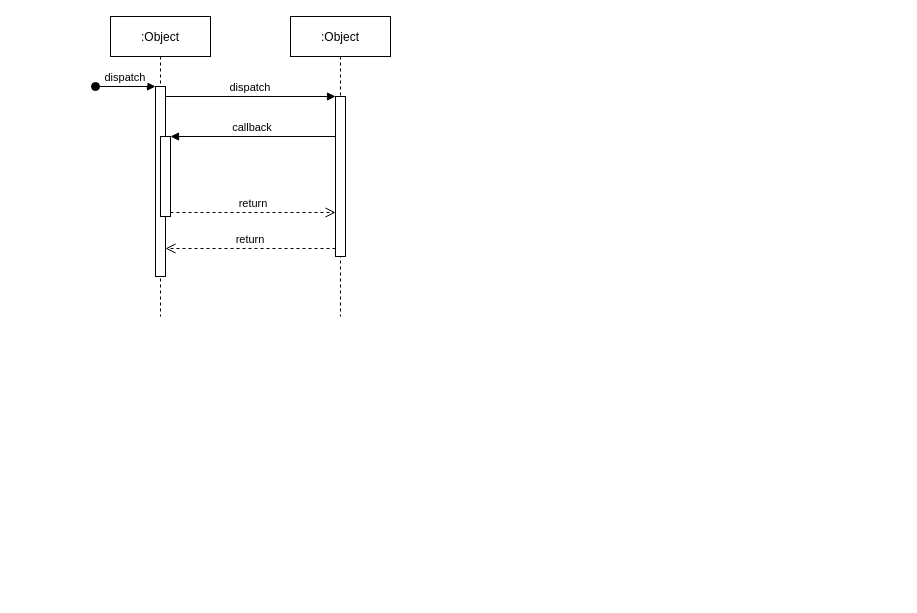
This is Untitled Diagram.drawio from xupenghu/bitmap, a draw.io file, before an edit. Source tidied: cells renumbered, new cells numbered last; positions are measured from the earlier drawing's top-left corner, leaving out a move shared by most shapes. Both pictures are drawn from the tidied source at 100%, with x=0, y=0 at pixel (95, 16).
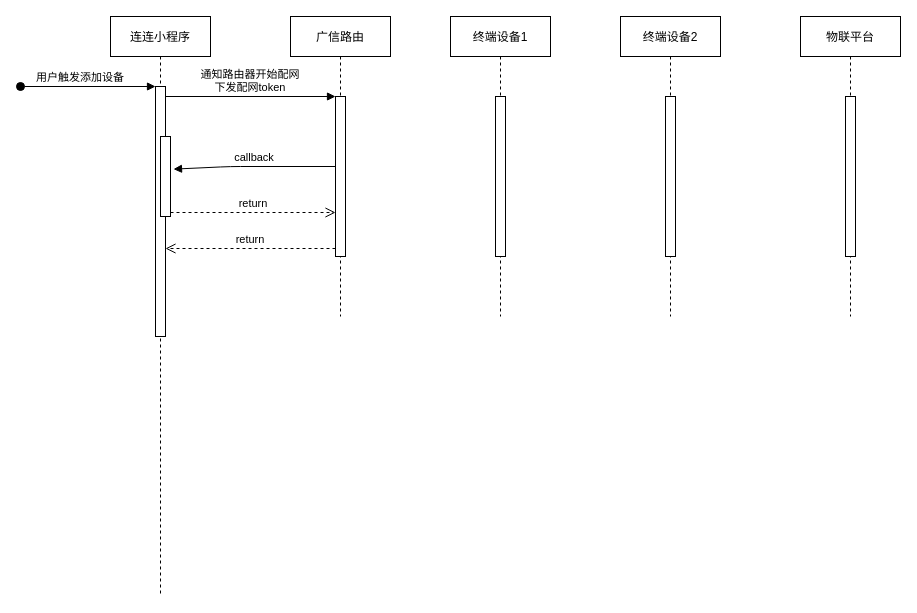
After the change.

Commit message:
无感配网流程

The edit, as a diff of the source:
```diff
@@
 <mxGraphModel>
   <root>
     <mxCell id="0" />
     <mxCell id="1" parent="0" />
-    <mxCell id="2" value=":Object" style="shape=umlLifeline;perimeter=lifelinePerimeter;rounded=0;shadow=0;strokeWidth=1;" parent="1" vertex="1">
-      <mxGeometry x="15" width="100" height="300" as="geometry" />
+    <mxCell id="2" value="连连小程序" style="shape=umlLifeline;perimeter=lifelinePerimeter;rounded=0;shadow=0;strokeWidth=1;" parent="1" vertex="1">
+      <mxGeometry x="15" width="100" height="580" as="geometry" />
     </mxCell>
     <mxCell id="3" style="points=[];perimeter=orthogonalPerimeter;rounded=0;shadow=0;strokeWidth=1;" parent="2" vertex="1">
-      <mxGeometry x="45" y="70" width="10" height="190" as="geometry" />
+      <mxGeometry x="45" y="70" width="10" height="250" as="geometry" />
     </mxCell>
-    <mxCell id="4" value="dispatch" style="verticalAlign=bottom;startArrow=oval;endArrow=block;startSize=8;shadow=0;strokeWidth=1;" parent="2" edge="1" target="3">
-      <mxGeometry relative="1" as="geometry">
-        <mxPoint x="-15" y="70" as="sourcePoint" />
+    <mxCell id="4" value="用户触发添加设备" style="verticalAlign=bottom;startArrow=oval;endArrow=block;startSize=8;shadow=0;strokeWidth=1;" parent="2" edge="1" target="3">
+      <mxGeometry x="-0.11" relative="1" as="geometry">
+        <mxPoint x="-90" y="70" as="sourcePoint" />
       </mxGeometry>
     </mxCell>
     <mxCell id="5" style="points=[];perimeter=orthogonalPerimeter;rounded=0;shadow=0;strokeWidth=1;" parent="2" vertex="1">
       <mxGeometry x="50" y="120" width="10" height="80" as="geometry" />
     </mxCell>
-    <mxCell id="6" value=":Object" style="shape=umlLifeline;perimeter=lifelinePerimeter;rounded=0;shadow=0;strokeWidth=1;" parent="1" vertex="1">
+    <mxCell id="6" value="广信路由" style="shape=umlLifeline;perimeter=lifelinePerimeter;rounded=0;shadow=0;strokeWidth=1;" parent="1" vertex="1">
       <mxGeometry x="195" width="100" height="300" as="geometry" />
     </mxCell>
     <mxCell id="7" style="points=[];perimeter=orthogonalPerimeter;rounded=0;shadow=0;strokeWidth=1;" parent="6" vertex="1">
       <mxGeometry x="45" y="80" width="10" height="160" as="geometry" />
     </mxCell>
     <mxCell id="8" value="return" style="verticalAlign=bottom;endArrow=open;dashed=1;endSize=8;exitX=0;exitY=0.95;shadow=0;strokeWidth=1;" parent="1" edge="1" source="7" target="3">
       <mxGeometry relative="1" as="geometry" />
     </mxCell>
-    <mxCell id="9" value="dispatch" style="verticalAlign=bottom;endArrow=block;entryX=0;entryY=0;shadow=0;strokeWidth=1;" parent="1" edge="1" source="3" target="7">
+    <mxCell id="9" value="通知路由器开始配网&#10;下发配网token" style="verticalAlign=bottom;endArrow=block;entryX=0;entryY=0;shadow=0;strokeWidth=1;" parent="1" edge="1" source="3" target="7">
       <mxGeometry relative="1" as="geometry" />
     </mxCell>
-    <mxCell id="10" value="callback" style="verticalAlign=bottom;endArrow=block;entryX=1;entryY=0;shadow=0;strokeWidth=1;" parent="1" edge="1" source="7" target="5">
-      <mxGeometry relative="1" as="geometry" />
+    <mxCell id="10" value="callback" style="verticalAlign=bottom;endArrow=block;entryX=1.3;entryY=0.408;shadow=0;strokeWidth=1;entryDx=0;entryDy=0;entryPerimeter=0;" parent="1" edge="1" source="7" target="5">
+      <mxGeometry relative="1" as="geometry">
+        <Array as="points">
+          <mxPoint x="135" y="150" />
+        </Array>
+      </mxGeometry>
     </mxCell>
     <mxCell id="11" value="return" style="verticalAlign=bottom;endArrow=open;dashed=1;endSize=8;exitX=1;exitY=0.95;shadow=0;strokeWidth=1;" parent="1" edge="1" source="5" target="7">
       <mxGeometry relative="1" as="geometry" />
     </mxCell>
+    <mxCell id="12" value="终端设备1" style="shape=umlLifeline;perimeter=lifelinePerimeter;rounded=0;shadow=0;strokeWidth=1;" parent="1" vertex="1">
+      <mxGeometry x="355" width="100" height="300" as="geometry" />
+    </mxCell>
+    <mxCell id="13" style="perimeter=orthogonalPerimeter;rounded=0;shadow=0;strokeWidth=1;" parent="12" vertex="1">
+      <mxGeometry x="45" y="80" width="10" height="160" as="geometry" />
+    </mxCell>
+    <mxCell id="14" value="终端设备2" style="shape=umlLifeline;perimeter=lifelinePerimeter;rounded=0;shadow=0;strokeWidth=1;" parent="1" vertex="1">
+      <mxGeometry x="525" width="100" height="300" as="geometry" />
+    </mxCell>
+    <mxCell id="15" style="perimeter=orthogonalPerimeter;rounded=0;shadow=0;strokeWidth=1;" parent="14" vertex="1">
+      <mxGeometry x="45" y="80" width="10" height="160" as="geometry" />
+    </mxCell>
+    <mxCell id="16" value="物联平台" style="shape=umlLifeline;perimeter=lifelinePerimeter;rounded=0;shadow=0;strokeWidth=1;" parent="1" vertex="1">
+      <mxGeometry x="705" width="100" height="300" as="geometry" />
+    </mxCell>
+    <mxCell id="17" style="perimeter=orthogonalPerimeter;rounded=0;shadow=0;strokeWidth=1;" parent="16" vertex="1">
+      <mxGeometry x="45" y="80" width="10" height="160" as="geometry" />
+    </mxCell>
   </root>
 </mxGraphModel>
```
